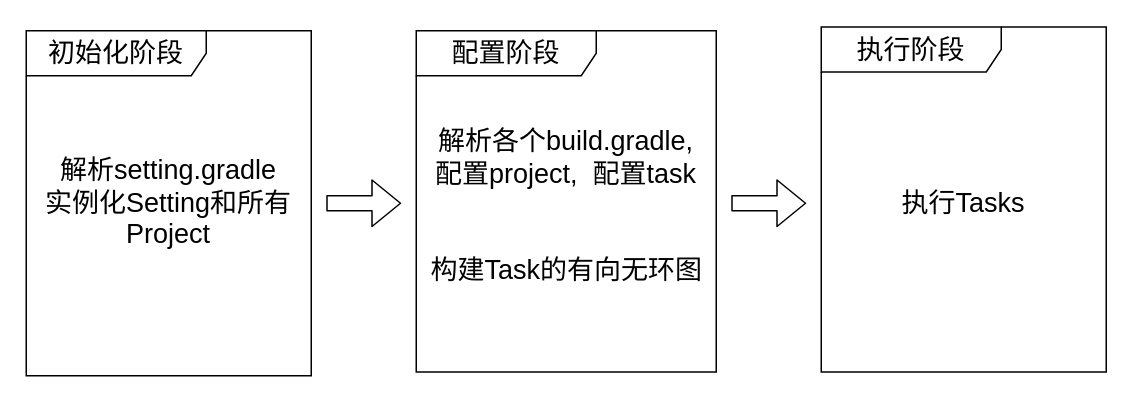
Before: page "Page-28" (28 of 28) of T9.drawio in shinecjj/UML, a draw.io diagram. Source tidied: cells renumbered, new cells numbered last; positions are measured from the earlier drawing's top-left corner, leaving out a move shared by most shapes. Both pictures are drawn from the tidied source at 150%, with x=0, y=0 at pixel (26, 27).
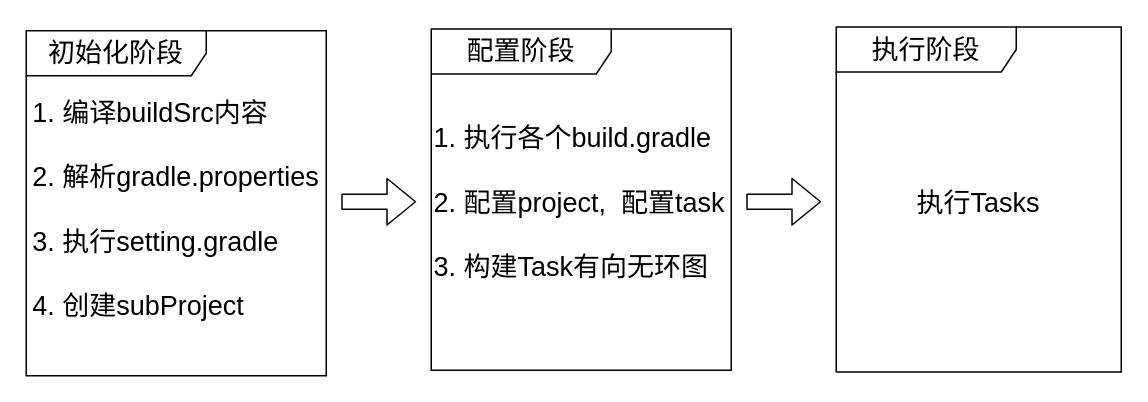
After the change.

What changed in the source:
```diff
@@
 <mxGraphModel>
   <root>
     <mxCell id="0" />
     <mxCell id="1" parent="0" />
     <mxCell id="2" value="&lt;font style=&quot;font-size: 18px&quot;&gt;初始化阶段&lt;/font&gt;" style="shape=umlFrame;whiteSpace=wrap;html=1;width=120;height=30;" parent="1" vertex="1">
-      <mxGeometry y="2" width="190" height="230" as="geometry" />
+      <mxGeometry y="2" width="200" height="230" as="geometry" />
     </mxCell>
     <mxCell id="3" value="&lt;font style=&quot;font-size: 18px&quot;&gt;配置阶段&lt;/font&gt;" style="shape=umlFrame;whiteSpace=wrap;html=1;width=120;height=30;" parent="1" vertex="1">
-      <mxGeometry x="260" y="2" width="200" height="227.5" as="geometry" />
+      <mxGeometry x="270" y="0.8" width="200" height="227.5" as="geometry" />
     </mxCell>
     <mxCell id="4" value="&lt;font style=&quot;font-size: 18px&quot;&gt;执行阶段&lt;/font&gt;" style="shape=umlFrame;whiteSpace=wrap;html=1;width=120;height=30;" parent="1" vertex="1">
-      <mxGeometry x="530" y="-0.5" width="190" height="230" as="geometry" />
+      <mxGeometry x="540" y="-0.5" width="190" height="230" as="geometry" />
     </mxCell>
-    <mxCell id="5" value="&lt;font style=&quot;font-size: 18px&quot;&gt;解析setting.gradle&lt;br&gt;实例化Setting和所有Project&lt;/font&gt;" style="text;html=1;strokeColor=none;fillColor=none;align=center;verticalAlign=middle;whiteSpace=wrap;rounded=0;" parent="1" vertex="1">
-      <mxGeometry x="10" y="97" width="170" height="40" as="geometry" />
+    <mxCell id="5" value="&lt;div style=&quot;text-align: left&quot;&gt;&lt;span style=&quot;font-size: 18px&quot;&gt;1. 编译buildSrc内容&lt;/span&gt;&lt;/div&gt;&lt;div style=&quot;text-align: left&quot;&gt;&lt;span style=&quot;font-size: 18px&quot;&gt;&lt;br&gt;&lt;/span&gt;&lt;/div&gt;&lt;span style=&quot;font-size: 18px&quot;&gt;&lt;div style=&quot;text-align: left&quot;&gt;&lt;span&gt;2. 解析gradle.properties&lt;/span&gt;&lt;/div&gt;&lt;div style=&quot;text-align: left&quot;&gt;&lt;span&gt;&lt;br&gt;&lt;/span&gt;&lt;/div&gt;&lt;div style=&quot;text-align: left&quot;&gt;&lt;span&gt;3. 执行setting.gradle&lt;/span&gt;&lt;/div&gt;&lt;div style=&quot;text-align: left&quot;&gt;&lt;span&gt;&lt;br&gt;&lt;/span&gt;&lt;/div&gt;&lt;div style=&quot;text-align: left&quot;&gt;&lt;span&gt;4. 创建subProject&lt;/span&gt;&lt;/div&gt;&lt;/span&gt;" style="text;html=1;strokeColor=none;fillColor=none;align=center;verticalAlign=middle;whiteSpace=wrap;rounded=0;" parent="1" vertex="1">
+      <mxGeometry y="62" width="200" height="120" as="geometry" />
     </mxCell>
-    <mxCell id="6" value="&lt;font style=&quot;font-size: 18px&quot;&gt;解析各个build.gradle,&lt;br&gt;配置project,&amp;nbsp; 配置task&lt;/font&gt;" style="text;html=1;strokeColor=none;fillColor=none;align=center;verticalAlign=middle;whiteSpace=wrap;rounded=0;" parent="1" vertex="1">
-      <mxGeometry x="260" y="57" width="200" height="60" as="geometry" />
+    <mxCell id="6" value="&lt;font style=&quot;font-size: 18px&quot;&gt;1. 执行各个build.gradle&lt;br&gt;&lt;br&gt;2. 配置project,&amp;nbsp; 配置task&lt;br&gt;&lt;br&gt;3. 构建Task有向无环图&lt;br&gt;&lt;/font&gt;" style="text;html=1;strokeColor=none;fillColor=none;align=left;verticalAlign=middle;whiteSpace=wrap;rounded=0;" parent="1" vertex="1">
+      <mxGeometry x="270" y="87" width="200" height="60" as="geometry" />
     </mxCell>
     <mxCell id="7" value="&lt;font style=&quot;font-size: 18px&quot;&gt;执行Tasks&lt;/font&gt;" style="text;html=1;strokeColor=none;fillColor=none;align=center;verticalAlign=middle;whiteSpace=wrap;rounded=0;" parent="1" vertex="1">
-      <mxGeometry x="575" y="97" width="100" height="40" as="geometry" />
+      <mxGeometry x="585" y="97" width="100" height="40" as="geometry" />
     </mxCell>
-    <mxCell id="8" value="&lt;font style=&quot;font-size: 18px&quot;&gt;构建Task的有向无环图&lt;/font&gt;" style="text;html=1;strokeColor=none;fillColor=none;align=center;verticalAlign=middle;whiteSpace=wrap;rounded=0;" parent="1" vertex="1">
-      <mxGeometry x="265.5" y="142" width="189" height="40" as="geometry" />
-    </mxCell>
     <mxCell id="9" style="shape=flexArrow;endArrow=classic;html=1;" parent="1" edge="1">
       <mxGeometry relative="1" as="geometry">
-        <mxPoint x="200" y="117" as="sourcePoint" />
-        <mxPoint x="250" y="117" as="targetPoint" />
+        <mxPoint x="210" y="116" as="sourcePoint" />
+        <mxPoint x="260" y="116" as="targetPoint" />
       </mxGeometry>
     </mxCell>
     <mxCell id="10" style="shape=flexArrow;endArrow=classic;html=1;" parent="1" edge="1">
       <mxGeometry relative="1" as="geometry">
-        <mxPoint x="470" y="117" as="sourcePoint" />
-        <mxPoint x="520" y="117" as="targetPoint" />
+        <mxPoint x="480" y="116" as="sourcePoint" />
+        <mxPoint x="530" y="116" as="targetPoint" />
       </mxGeometry>
     </mxCell>
   </root>
 </mxGraphModel>
```
